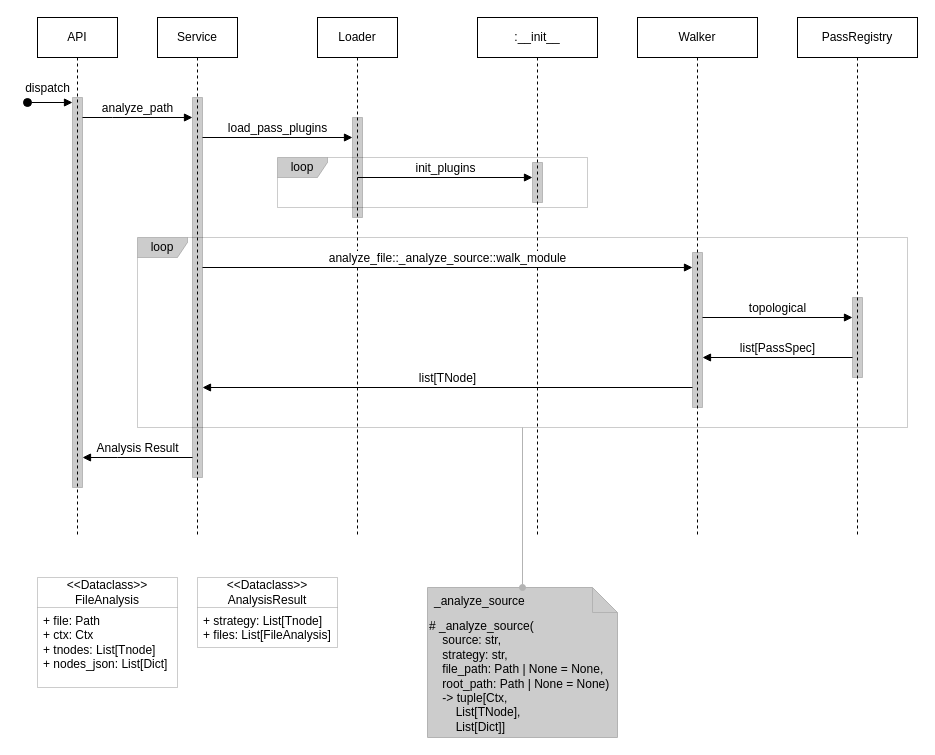
Above: page "astcore_seq" (3 of 9) of drawio/AST_Model_Plugins.drawio in IsabelaYabe/TccLatex (draw.io), before the change. Source tidied: cells renumbered, new cells numbered last; positions are measured from the earlier drawing's top-left corner, leaving out a move shared by most shapes. Both pictures are drawn from the tidied source at 100%, with x=0, y=0 at pixel (27, 17).
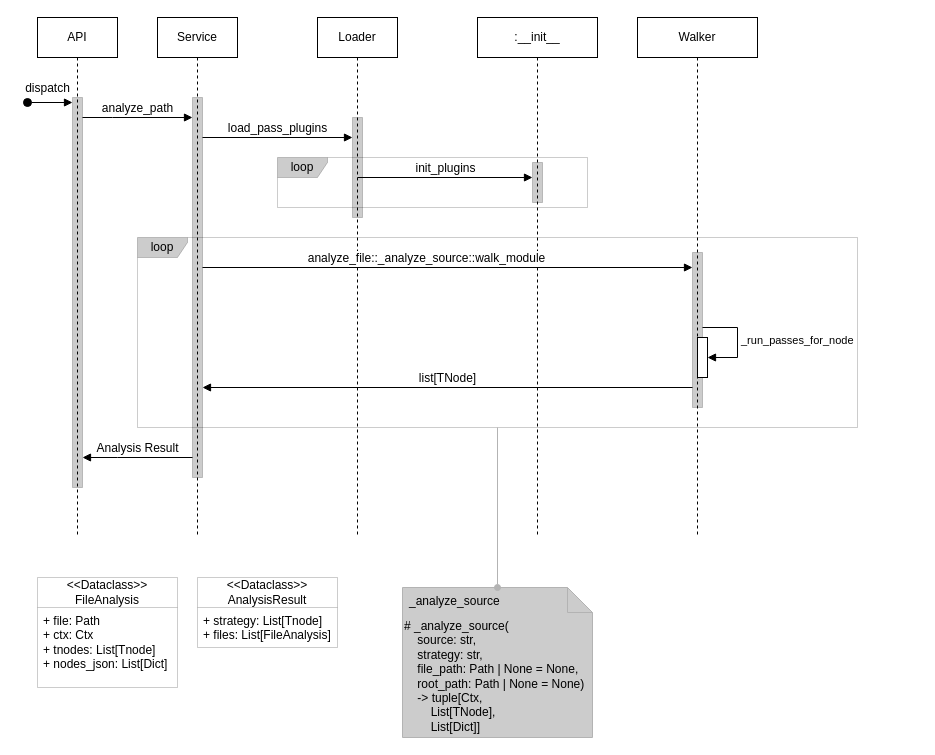
Above is the later version.

Unchanged cells that the change refers to:
```xml
<mxCell id="17" value="Walker" style="shape=umlLifeline;perimeter=lifelinePerimeter;whiteSpace=wrap;html=1;newEdgeStyle={&quot;edgeStyle&quot;:&quot;elbowEdgeStyle&quot;,&quot;elbow&quot;:&quot;vertical&quot;,&quot;curved&quot;:0,&quot;rounded&quot;:0};" parent="1" vertex="1">
  <mxGeometry x="610" width="120" height="520" as="geometry" />
</mxCell>
<mxCell id="18" style="html=1;points=[[0,0,0,0,5],[0,1,0,0,-5],[1,0,0,0,5],[1,1,0,0,-5]];perimeter=orthogonalPerimeter;outlineConnect=0;targetShapes=umlLifeline;portConstraint=eastwest;newEdgeStyle={&quot;curved&quot;:0,&quot;rounded&quot;:0};opacity=20;strokeColor=#000000;align=center;verticalAlign=middle;fontFamily=Helvetica;fontSize=12;fontColor=default;fillColor=strokeColor;" parent="17" vertex="1">
  <mxGeometry x="55" y="235" width="10" height="155" as="geometry" />
</mxCell>
```

Change to the diagram source:
```diff
@@
     <mxCell id="15" value="loop" style="shape=umlFrame;whiteSpace=wrap;html=1;opacity=20;strokeColor=#000000;align=center;verticalAlign=middle;fontFamily=Helvetica;fontSize=12;fontColor=default;fillColor=strokeColor;width=50;height=20;" parent="1" vertex="1">
-      <mxGeometry x="110" y="220" width="770" height="190" as="geometry" />
+      <mxGeometry x="110" y="220" width="720" height="190" as="geometry" />
     </mxCell>
@@
+    <mxCell id="32" style="html=1;points=[[0,0,0,0,5],[0,1,0,0,-5],[1,0,0,0,5],[1,1,0,0,-5]];perimeter=orthogonalPerimeter;outlineConnect=0;targetShapes=umlLifeline;portConstraint=eastwest;newEdgeStyle={&quot;curved&quot;:0,&quot;rounded&quot;:0};" parent="17" vertex="1">
+      <mxGeometry x="60" y="320" width="10" height="40" as="geometry" />
+    </mxCell>
+    <mxCell id="33" value="_run_passes_for_node" style="html=1;align=left;spacingLeft=2;endArrow=block;rounded=0;edgeStyle=orthogonalEdgeStyle;curved=0;rounded=0;" parent="17" edge="1" source="18" target="32">
+      <mxGeometry relative="1" as="geometry">
+        <Array as="points">
+          <mxPoint x="100" y="310" />
+          <mxPoint x="100" y="340" />
+        </Array>
+      </mxGeometry>
+    </mxCell>
     <mxCell id="19" value="analyze_file::_analyze_source::walk_module" style="html=1;verticalAlign=bottom;endArrow=block;curved=0;rounded=0;fontFamily=Helvetica;fontSize=12;fontColor=default;" parent="1" edge="1" target="18">
-      <mxGeometry relative="1" as="geometry">
+      <mxGeometry x="-0.08" relative="1" as="geometry">
         <mxPoint x="175" y="250" as="sourcePoint" />
+        <mxPoint x="-1" as="offset" />
       </mxGeometry>
     </mxCell>
-    <mxCell id="20" value="PassRegistry" style="shape=umlLifeline;perimeter=lifelinePerimeter;whiteSpace=wrap;html=1;newEdgeStyle={&quot;edgeStyle&quot;:&quot;elbowEdgeStyle&quot;,&quot;elbow&quot;:&quot;vertical&quot;,&quot;curved&quot;:0,&quot;rounded&quot;:0};" parent="1" vertex="1">
-      <mxGeometry x="770" width="120" height="520" as="geometry" />
-    </mxCell>
-    <mxCell id="21" style="html=1;perimeter=orthogonalPerimeter;targetShapes=umlLifeline;newEdgeStyle={&quot;curved&quot;:0,&quot;rounded&quot;:0};opacity=20;strokeColor=#000000;align=center;verticalAlign=middle;fontFamily=Helvetica;fontSize=12;fontColor=default;fillColor=strokeColor;" parent="20" vertex="1">
-      <mxGeometry x="55" y="280" width="10" height="80" as="geometry" />
-    </mxCell>
-    <mxCell id="22" value="topological" style="html=1;verticalAlign=bottom;endArrow=block;curved=0;rounded=0;fontFamily=Helvetica;fontSize=12;fontColor=default;" parent="1" edge="1">
-      <mxGeometry relative="1" as="geometry">
-        <mxPoint x="675" y="300" as="sourcePoint" />
-        <mxPoint x="825" y="300" as="targetPoint" />
-      </mxGeometry>
-    </mxCell>
-    <mxCell id="23" value="list[PassSpec]" style="html=1;verticalAlign=bottom;endArrow=block;curved=0;rounded=0;fontFamily=Helvetica;fontSize=12;fontColor=default;" parent="1" edge="1">
-      <mxGeometry relative="1" as="geometry">
-        <mxPoint x="825" y="340" as="sourcePoint" />
-        <mxPoint x="675" y="340" as="targetPoint" />
-      </mxGeometry>
-    </mxCell>
@@
     <mxCell id="29" value="&lt;div&gt;# _analyze_source(&lt;/div&gt;&lt;div&gt;&amp;nbsp; &amp;nbsp; source: str,&amp;nbsp;&lt;/div&gt;&lt;div&gt;&amp;nbsp; &amp;nbsp; strategy: str,&amp;nbsp;&lt;/div&gt;&lt;div&gt;&amp;nbsp; &amp;nbsp; file_path: Path | None = None,&amp;nbsp;&lt;/div&gt;&lt;div&gt;&amp;nbsp; &amp;nbsp; root_path: Path | None = None)&amp;nbsp;&lt;/div&gt;&lt;div&gt;&amp;nbsp; &amp;nbsp; -&amp;gt; tuple[Ctx,&amp;nbsp;&lt;/div&gt;&lt;div&gt;&amp;nbsp; &amp;nbsp; &amp;nbsp; &amp;nbsp; List[TNode],&amp;nbsp;&lt;/div&gt;&lt;div&gt;&amp;nbsp; &amp;nbsp; &amp;nbsp; &amp;nbsp; List[Dict]]&lt;/div&gt;" style="shape=note2;boundedLbl=1;whiteSpace=wrap;html=1;size=25;verticalAlign=top;align=left;strokeColor=#B3B3B3;fillColor=#CCCCCC;" parent="1" vertex="1">
-      <mxGeometry x="400" y="570" width="190" height="150" as="geometry" />
+      <mxGeometry x="375" y="570" width="190" height="150" as="geometry" />
     </mxCell>
```
